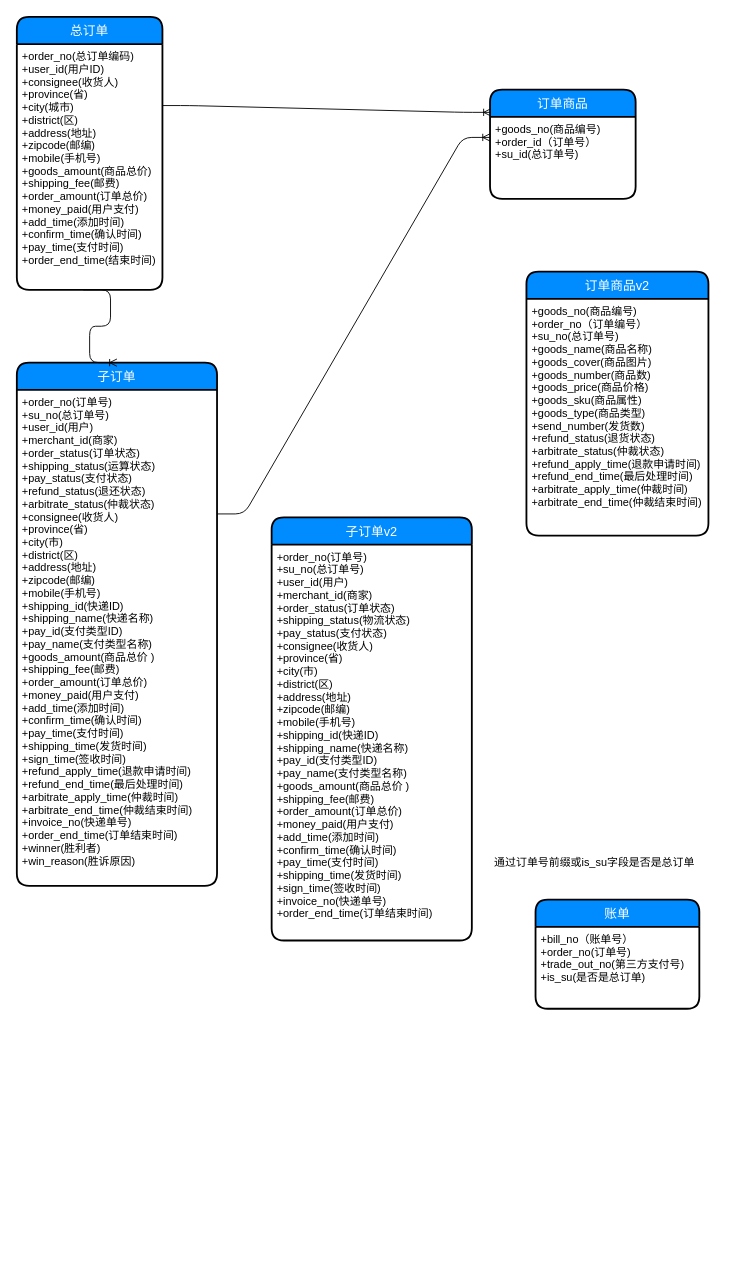
JhonShi/mashangqu keeps this draw.io diagram as page "第 5 页" (6 of 8) of 码上趣.drawio. Above is the earlier version. Source tidied: cells renumbered, new cells numbered last; positions are measured from the earlier drawing's top-left corner, leaving out a move shared by most shapes. Both pictures are drawn from the tidied source at 91%, with x=0, y=0 at pixel (16, 16).
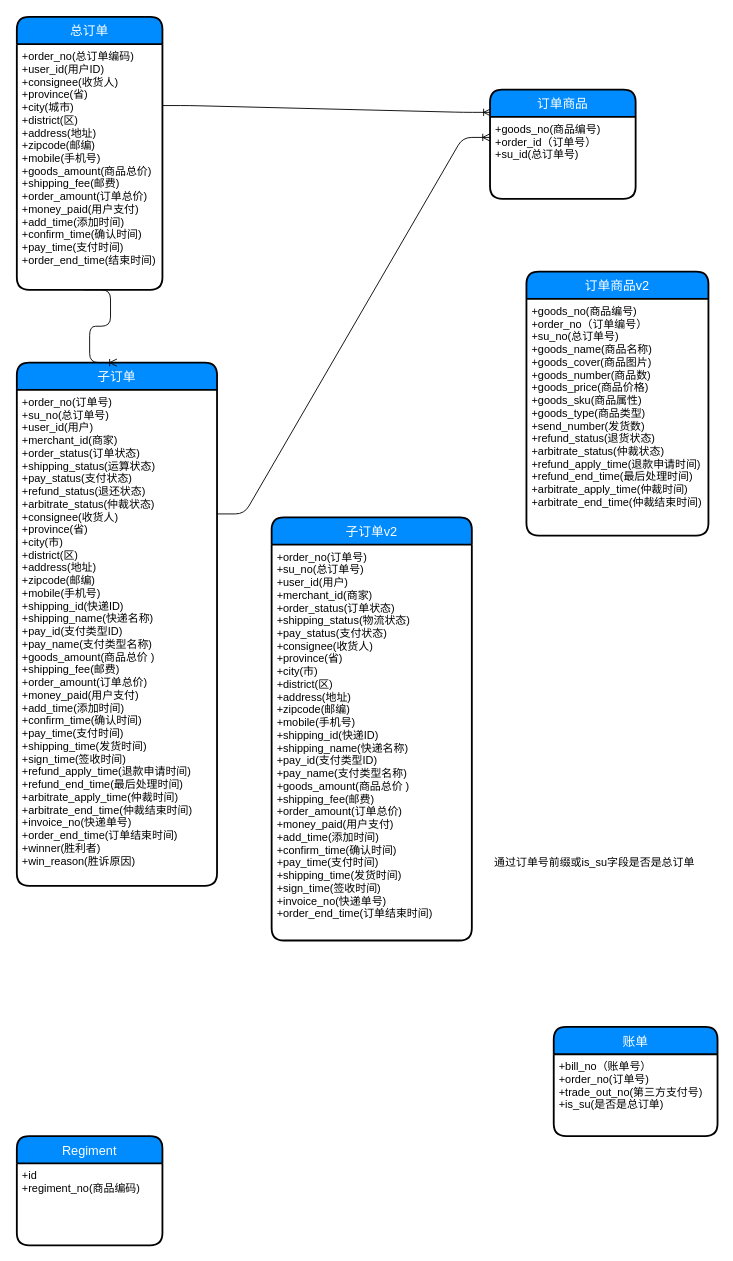
The same page after the edit.

Commit message:
更新码上趣.drawio

Change to the diagram source:
```diff
@@
 <mxGraphModel>
   <root>
     <mxCell id="0" />
     <mxCell id="1" parent="0" />
     <mxCell id="2" value="总订单" style="swimlane;horizontal=1;startSize=30;fillColor=#008cff;fontColor=#FFFFFF;rounded=1;fontSize=14;fontStyle=0;strokeWidth=2;shadow=0;dashed=0;align=center;" parent="1" vertex="1">
       <mxGeometry width="160" height="300" as="geometry" />
     </mxCell>
     <mxCell id="3" value="+order_no(总订单编码)&#10;+user_id(用户ID)&#10;+consignee(收货人)&#10;+province(省)&#10;+city(城市)&#10;+district(区)&#10;+address(地址)&#10;+zipcode(邮编)&#10;+mobile(手机号)&#10;+goods_amount(商品总价)&#10;+shipping_fee(邮费)&#10;+order_amount(订单总价)&#10;+money_paid(用户支付)&#10;+add_time(添加时间)&#10;+confirm_time(确认时间)&#10;+pay_time(支付时间)&#10;+order_end_time(结束时间)&#10;" style="align=left;strokeColor=none;fillColor=none;spacingLeft=4;fontSize=12;verticalAlign=top;" parent="2" vertex="1">
       <mxGeometry y="30" width="160" height="270" as="geometry" />
     </mxCell>
     <mxCell id="4" value="订单商品" style="swimlane;horizontal=1;startSize=30;fillColor=#008cff;fontColor=#FFFFFF;rounded=1;fontSize=14;fontStyle=0;strokeWidth=2;shadow=0;dashed=0;align=center;" parent="1" vertex="1">
       <mxGeometry x="520" y="80" width="160" height="120" as="geometry" />
     </mxCell>
     <mxCell id="5" value="+goods_no(商品编号)&#10;+order_id（订单号）&#10;+su_id(总订单号)" style="align=left;strokeColor=none;fillColor=none;spacingLeft=4;fontSize=12;verticalAlign=top;" parent="4" vertex="1">
       <mxGeometry y="30" width="160" height="90" as="geometry" />
     </mxCell>
     <mxCell id="6" value="账单" style="swimlane;horizontal=1;startSize=30;fillColor=#008cff;fontColor=#FFFFFF;rounded=1;fontSize=14;fontStyle=0;strokeWidth=2;shadow=0;dashed=0;align=center;" parent="1" vertex="1">
-      <mxGeometry x="570" y="970" width="180" height="120" as="geometry" />
+      <mxGeometry x="590" y="1110" width="180" height="120" as="geometry" />
     </mxCell>
     <mxCell id="7" value="+bill_no（账单号）&#10;+order_no(订单号)&#10;+trade_out_no(第三方支付号)&#10;+is_su(是否是总订单)" style="align=left;strokeColor=none;fillColor=none;spacingLeft=4;fontSize=12;verticalAlign=top;" parent="6" vertex="1">
       <mxGeometry y="30" width="180" height="90" as="geometry" />
     </mxCell>
     <mxCell id="8" style="edgeStyle=entityRelationEdgeStyle;fontSize=12;html=1;endArrow=ERoneToMany;exitX=1;exitY=0.25;exitDx=0;exitDy=0;entryX=0;entryY=0.25;entryDx=0;entryDy=0;" parent="1" edge="1" source="10" target="5">
       <mxGeometry relative="1" as="geometry" />
     </mxCell>
     <mxCell id="9" value="子订单" style="swimlane;horizontal=1;startSize=30;fillColor=#008cff;fontColor=#FFFFFF;rounded=1;fontSize=14;fontStyle=0;strokeWidth=2;shadow=0;dashed=0;align=center;" parent="1" vertex="1">
       <mxGeometry y="380" width="220" height="575" as="geometry" />
     </mxCell>
     <mxCell id="10" value="+order_no(订单号)&#10;+su_no(总订单号)&#10;+user_id(用户)&#10;+merchant_id(商家)&#10;+order_status(订单状态)&#10;+shipping_status(运算状态)&#10;+pay_status(支付状态)&#10;+refund_status(退还状态)&#10;+arbitrate_status(仲裁状态)&#10;+consignee(收货人)&#10;+province(省)&#10;+city(市)&#10;+district(区)&#10;+address(地址)&#10;+zipcode(邮编)&#10;+mobile(手机号)&#10;+shipping_id(快递ID)&#10;+shipping_name(快递名称)&#10;+pay_id(支付类型ID)&#10;+pay_name(支付类型名称)&#10;+goods_amount(商品总价 )&#10;+shipping_fee(邮费)&#10;+order_amount(订单总价)&#10;+money_paid(用户支付)&#10;+add_time(添加时间)&#10;+confirm_time(确认时间)&#10;+pay_time(支付时间)&#10;+shipping_time(发货时间)&#10;+sign_time(签收时间)&#10;+refund_apply_time(退款申请时间)&#10;+refund_end_time(最后处理时间)&#10;+arbitrate_apply_time(仲裁时间)&#10;+arbitrate_end_time(仲裁结束时间)&#10;+invoice_no(快递单号)&#10;+order_end_time(订单结束时间)&#10;+winner(胜利者)&#10;+win_reason(胜诉原因)" style="align=left;strokeColor=none;fillColor=none;spacingLeft=4;fontSize=12;verticalAlign=top;" parent="9" vertex="1">
       <mxGeometry y="30" width="220" height="545" as="geometry" />
     </mxCell>
     <mxCell id="11" style="edgeStyle=entityRelationEdgeStyle;fontSize=12;html=1;endArrow=ERoneToMany;exitX=0.456;exitY=1;exitDx=0;exitDy=0;exitPerimeter=0;entryX=0.5;entryY=0;entryDx=0;entryDy=0;" parent="1" edge="1" source="3" target="9">
       <mxGeometry relative="1" as="geometry" />
     </mxCell>
     <mxCell id="12" style="edgeStyle=entityRelationEdgeStyle;fontSize=12;html=1;endArrow=ERoneToMany;exitX=1;exitY=0.25;exitDx=0;exitDy=0;entryX=0.006;entryY=-0.056;entryDx=0;entryDy=0;entryPerimeter=0;" parent="1" edge="1" source="3" target="5">
       <mxGeometry relative="1" as="geometry" />
     </mxCell>
     <mxCell id="13" value="通过订单号前缀或is_su字段是否是总订单" style="text;html=1;strokeColor=none;fillColor=none;align=center;verticalAlign=middle;whiteSpace=wrap;rounded=0;" parent="1" vertex="1">
       <mxGeometry x="510" y="920" width="250" height="20" as="geometry" />
     </mxCell>
     <mxCell id="14" value="子订单v2" style="swimlane;horizontal=1;startSize=30;fillColor=#008cff;fontColor=#FFFFFF;rounded=1;fontSize=14;fontStyle=0;strokeWidth=2;shadow=0;dashed=0;align=center;" parent="1" vertex="1">
       <mxGeometry x="280" y="550" width="220" height="465" as="geometry" />
     </mxCell>
     <mxCell id="15" value="+order_no(订单号)&#10;+su_no(总订单号)&#10;+user_id(用户)&#10;+merchant_id(商家)&#10;+order_status(订单状态)&#10;+shipping_status(物流状态)&#10;+pay_status(支付状态)&#10;+consignee(收货人)&#10;+province(省)&#10;+city(市)&#10;+district(区)&#10;+address(地址)&#10;+zipcode(邮编)&#10;+mobile(手机号)&#10;+shipping_id(快递ID)&#10;+shipping_name(快递名称)&#10;+pay_id(支付类型ID)&#10;+pay_name(支付类型名称)&#10;+goods_amount(商品总价 )&#10;+shipping_fee(邮费)&#10;+order_amount(订单总价)&#10;+money_paid(用户支付)&#10;+add_time(添加时间)&#10;+confirm_time(确认时间)&#10;+pay_time(支付时间)&#10;+shipping_time(发货时间)&#10;+sign_time(签收时间)&#10;+invoice_no(快递单号)&#10;+order_end_time(订单结束时间)" style="align=left;strokeColor=none;fillColor=none;spacingLeft=4;fontSize=12;verticalAlign=top;" parent="14" vertex="1">
       <mxGeometry y="30" width="220" height="435" as="geometry" />
     </mxCell>
     <mxCell id="16" value="订单商品v2" style="swimlane;horizontal=1;startSize=30;fillColor=#008cff;fontColor=#FFFFFF;rounded=1;fontSize=14;fontStyle=0;strokeWidth=2;shadow=0;dashed=0;align=center;" parent="1" vertex="1">
       <mxGeometry x="560" y="280" width="200" height="290" as="geometry" />
     </mxCell>
     <mxCell id="17" value="+goods_no(商品编号)&#10;+order_no（订单编号）&#10;+su_no(总订单号)&#10;+goods_name(商品名称)&#10;+goods_cover(商品图片)&#10;+goods_number(商品数)&#10;+goods_price(商品价格)&#10;+goods_sku(商品属性)&#10;+goods_type(商品类型)&#10;+send_number(发货数)&#10;+refund_status(退货状态)&#10;+arbitrate_status(仲裁状态)&#10;+refund_apply_time(退款申请时间)&#10;+refund_end_time(最后处理时间)&#10;+arbitrate_apply_time(仲裁时间)&#10;+arbitrate_end_time(仲裁结束时间)&#10;&#10;" style="align=left;strokeColor=none;fillColor=none;spacingLeft=4;fontSize=12;verticalAlign=top;" parent="16" vertex="1">
       <mxGeometry y="30" width="200" height="260" as="geometry" />
     </mxCell>
+    <mxCell id="18" value="Regiment" style="swimlane;horizontal=1;startSize=30;fillColor=#008cff;fontColor=#FFFFFF;rounded=1;fontSize=14;fontStyle=0;strokeWidth=2;shadow=0;dashed=0;align=center;" parent="1" vertex="1">
+      <mxGeometry y="1230" width="160" height="120" as="geometry" />
+    </mxCell>
+    <mxCell id="19" value="+id&#10;+regiment_no(商品编码)" style="align=left;strokeColor=none;fillColor=none;spacingLeft=4;fontSize=12;verticalAlign=top;" parent="18" vertex="1">
+      <mxGeometry y="30" width="160" height="90" as="geometry" />
+    </mxCell>
   </root>
 </mxGraphModel>
```
